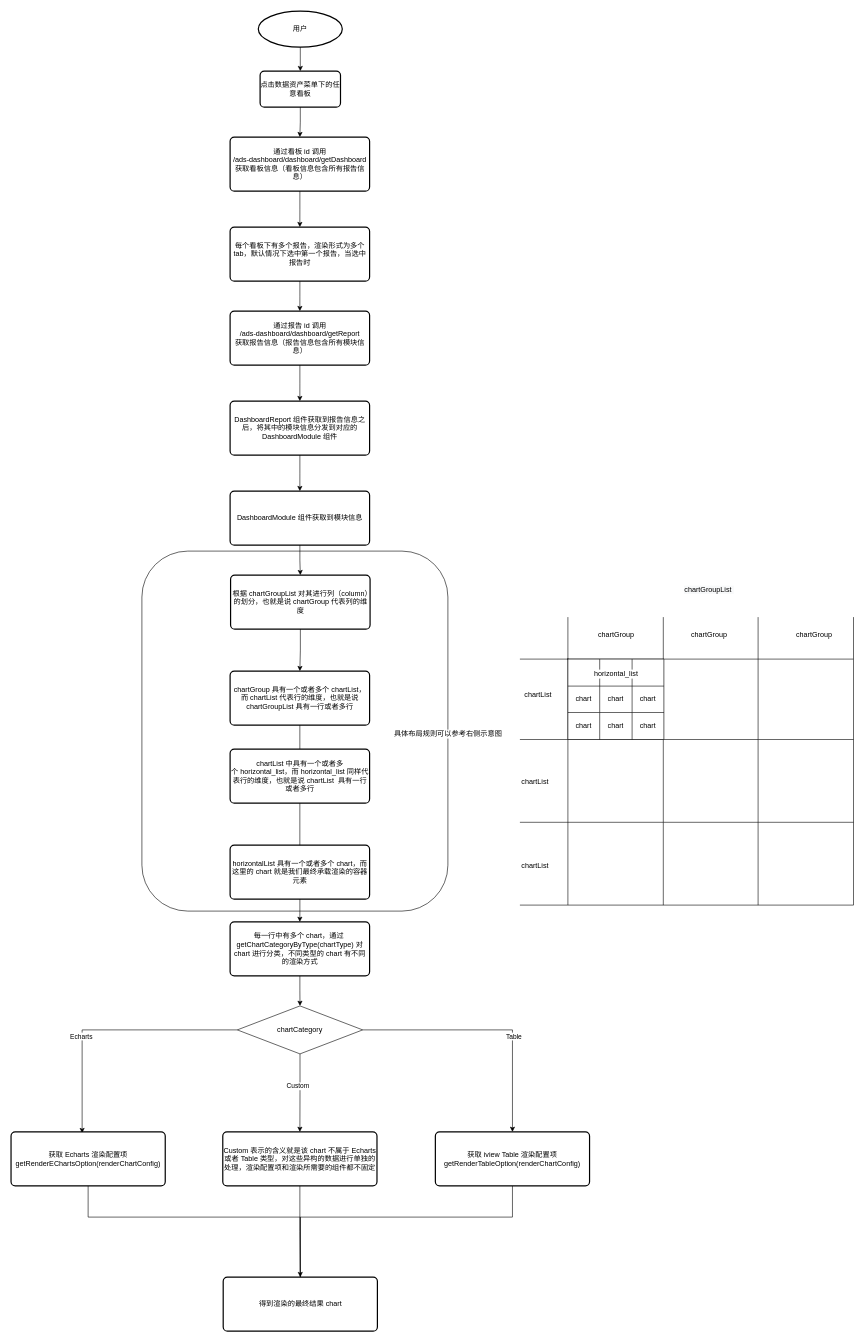
The draw.io diagram page "chart渲染流程图" (1 of 5) of source/Dashboard-chart渲染流程图.drawio in Mr-xzq/drawio, before the edit. Source tidied: cells renumbered, new cells numbered last; positions are measured from the earlier drawing's top-left corner, leaving out a move shared by most shapes. Both pictures are drawn from the tidied source at 60%, with x=0, y=0 at pixel (11, 11).
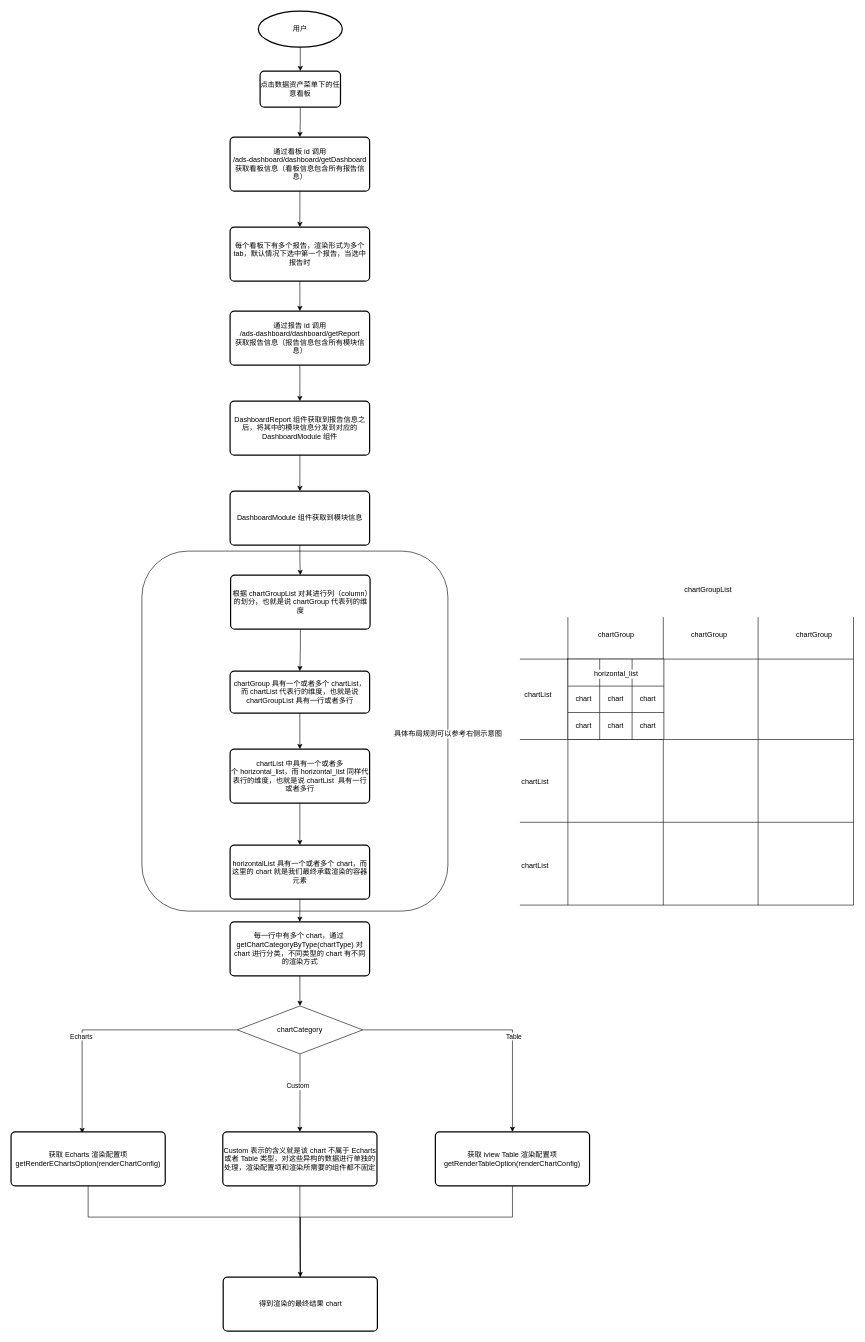
The same diagram, later.

Unchanged cells that the change refers to:
```xml
<mxCell id="20" value="horizontalList 具有一个或者多个 chart，而这里的 chart 就是我们最终承载渲染的容器元素" style="rounded=1;whiteSpace=wrap;html=1;absoluteArcSize=1;arcSize=14;strokeWidth=2;" parent="1" vertex="1">
  <mxGeometry x="365" y="1390" width="232.5" height="90" as="geometry" />
</mxCell>
<mxCell id="40" value="chartList 中具有一个或者多个&amp;nbsp;&lt;span style=&quot;background-color: rgb(255, 255, 255);&quot;&gt;horizontal_list，而&amp;nbsp;&lt;/span&gt;&lt;span style=&quot;background-color: rgb(255, 255, 255);&quot;&gt;horizontal_list 同样代表行的维度，也就是说&amp;nbsp;&lt;/span&gt;chartList&amp;nbsp; 具有一行或者多行" style="rounded=1;whiteSpace=wrap;html=1;absoluteArcSize=1;arcSize=14;strokeWidth=2;" parent="1" vertex="1">
  <mxGeometry x="365" y="1230" width="232.5" height="90" as="geometry" />
</mxCell>
```

Change to the diagram source:
```diff
@@
-    <mxCell id="37" style="edgeStyle=orthogonalEdgeStyle;rounded=0;jettySize=auto;html=1;fontColor=#000000;endArrow=none;endFill=0;" parent="1" edge="1" source="38" target="40">
+    <mxCell id="37" style="edgeStyle=none;rounded=0;jettySize=auto;html=1;" parent="1" edge="1" source="38" target="40">
       <mxGeometry relative="1" as="geometry" />
     </mxCell>
     <mxCell id="38" value="chartGroup 具有一个或者多个 chartList，而 chartList 代表行的维度，也就是说 chartGroupList 具有一行或者多行" style="rounded=1;whiteSpace=wrap;html=1;absoluteArcSize=1;arcSize=14;strokeWidth=2;" parent="1" vertex="1">
-      <mxGeometry x="365" y="1100" width="232.5" height="90" as="geometry" />
+      <mxGeometry x="365" y="1100" width="232.5" height="70" as="geometry" />
     </mxCell>
-    <mxCell id="39" style="edgeStyle=orthogonalEdgeStyle;rounded=0;jettySize=auto;html=1;fontColor=#000000;endArrow=none;endFill=0;" parent="1" edge="1" source="40" target="20">
+    <mxCell id="39" style="edgeStyle=none;rounded=0;jettySize=auto;html=1;" parent="1" edge="1" source="40" target="20">
       <mxGeometry relative="1" as="geometry" />
     </mxCell>
```
